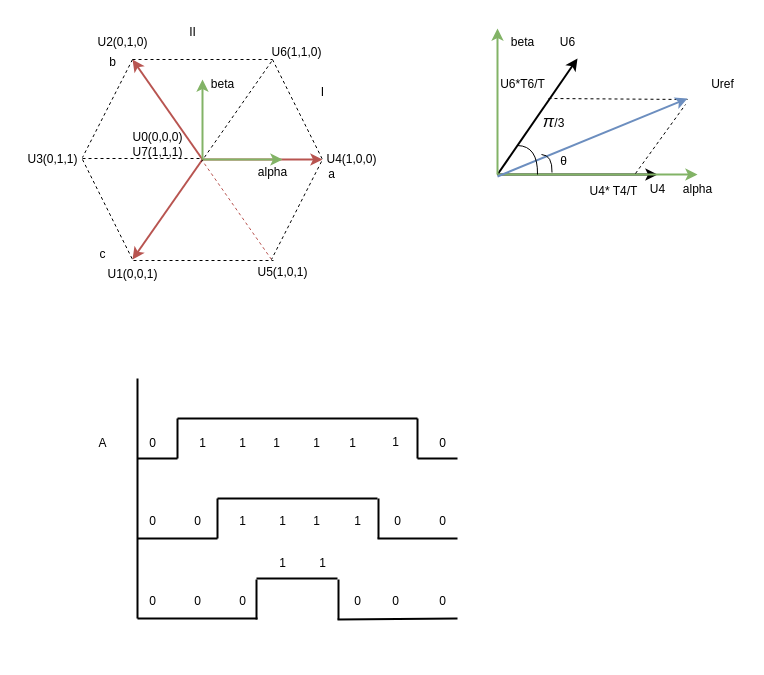
Vinson-001/Blog-flow-chart keeps this draw.io diagram as page "60度坐标系" (2 of 2) of SVPWM 脉冲调制.drawio. Above is the earlier version. Source tidied: cells renumbered, new cells numbered last; positions are measured from the earlier drawing's top-left corner, leaving out a move shared by most shapes. Both pictures are drawn from the tidied source at 100%, with x=0, y=0 at pixel (17, 17).
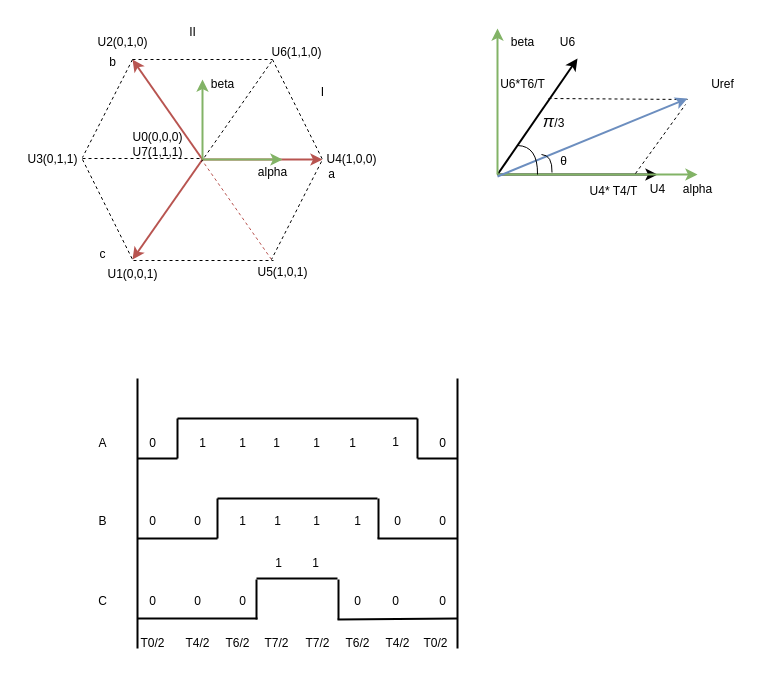
The same diagram, later.

Commit message:
更新SVPWM 脉冲调制.drawio

The edit, as a diff of the source:
```diff
@@
     <mxCell id="60" style="endArrow=none;html=1;rounded=0;curved=1;strokeWidth=2;" parent="1" edge="1">
       <mxGeometry relative="1" as="geometry">
-        <mxPoint x="120" y="601" as="sourcePoint" />
+        <mxPoint x="120" y="631" as="sourcePoint" />
         <mxPoint x="120" y="361" as="targetPoint" />
       </mxGeometry>
     </mxCell>
@@
     <mxCell id="74" value="1" style="text;html=1;align=center;verticalAlign=middle;strokeColor=none;fillColor=none;" parent="1" vertex="1">
-      <mxGeometry x="250" y="489" width="30" height="30" as="geometry" />
+      <mxGeometry x="245" y="489" width="30" height="30" as="geometry" />
     </mxCell>
@@
     <mxCell id="77" value="1" style="text;html=1;align=center;verticalAlign=middle;strokeColor=none;fillColor=none;" parent="1" vertex="1">
-      <mxGeometry x="250" y="531" width="30" height="30" as="geometry" />
+      <mxGeometry x="246" y="531" width="30" height="30" as="geometry" />
     </mxCell>
@@
     <mxCell id="88" value="1" style="text;html=1;align=center;verticalAlign=middle;strokeColor=none;fillColor=none;" parent="1" vertex="1">
-      <mxGeometry x="290" y="531" width="30" height="30" as="geometry" />
+      <mxGeometry x="283" y="531" width="30" height="30" as="geometry" />
     </mxCell>
+    <mxCell id="89" value="B" style="text;html=1;align=center;verticalAlign=middle;strokeColor=none;fillColor=none;" parent="1" vertex="1">
+      <mxGeometry x="70" y="489" width="30" height="30" as="geometry" />
+    </mxCell>
+    <mxCell id="90" value="C" style="text;html=1;align=center;verticalAlign=middle;strokeColor=none;fillColor=none;" parent="1" vertex="1">
+      <mxGeometry x="70" y="569" width="30" height="30" as="geometry" />
+    </mxCell>
+    <mxCell id="91" style="endArrow=none;html=1;rounded=0;curved=1;strokeWidth=2;" parent="1" edge="1">
+      <mxGeometry relative="1" as="geometry">
+        <mxPoint x="440" y="631" as="sourcePoint" />
+        <mxPoint x="440" y="361" as="targetPoint" />
+      </mxGeometry>
+    </mxCell>
+    <mxCell id="92" value="T0/2" style="text;html=1;align=center;verticalAlign=middle;strokeColor=none;fillColor=none;" parent="1" vertex="1">
+      <mxGeometry x="110" y="611" width="50" height="30" as="geometry" />
+    </mxCell>
+    <mxCell id="93" value="T4/2" style="text;html=1;align=center;verticalAlign=middle;strokeColor=none;fillColor=none;" parent="1" vertex="1">
+      <mxGeometry x="155" y="611" width="50" height="30" as="geometry" />
+    </mxCell>
+    <mxCell id="94" value="T6/2" style="text;html=1;align=center;verticalAlign=middle;strokeColor=none;fillColor=none;" parent="1" vertex="1">
+      <mxGeometry x="195" y="611" width="50" height="30" as="geometry" />
+    </mxCell>
+    <mxCell id="95" value="T7/2" style="text;html=1;align=center;verticalAlign=middle;strokeColor=none;fillColor=none;" parent="1" vertex="1">
+      <mxGeometry x="234" y="611" width="50" height="30" as="geometry" />
+    </mxCell>
+    <mxCell id="96" value="T7/2" style="text;html=1;align=center;verticalAlign=middle;strokeColor=none;fillColor=none;" parent="1" vertex="1">
+      <mxGeometry x="275" y="611" width="50" height="30" as="geometry" />
+    </mxCell>
+    <mxCell id="97" value="T6/2" style="text;html=1;align=center;verticalAlign=middle;strokeColor=none;fillColor=none;" parent="1" vertex="1">
+      <mxGeometry x="315" y="611" width="50" height="30" as="geometry" />
+    </mxCell>
+    <mxCell id="98" value="T4/2" style="text;html=1;align=center;verticalAlign=middle;strokeColor=none;fillColor=none;" parent="1" vertex="1">
+      <mxGeometry x="355" y="611" width="50" height="30" as="geometry" />
+    </mxCell>
+    <mxCell id="99" value="T0/2" style="text;html=1;align=center;verticalAlign=middle;strokeColor=none;fillColor=none;" parent="1" vertex="1">
+      <mxGeometry x="393" y="611" width="50" height="30" as="geometry" />
+    </mxCell>
```
